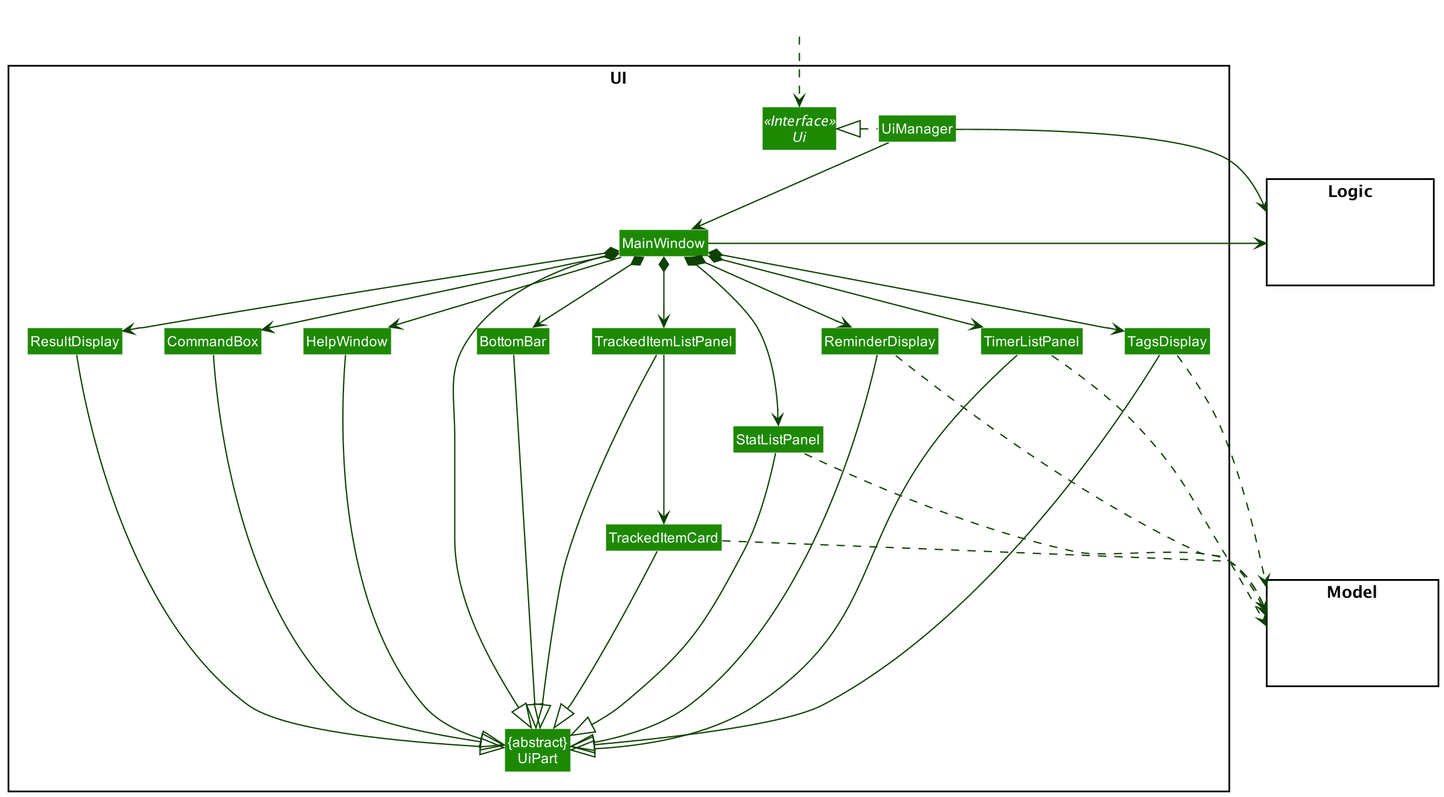
This is docs/images/UiClassDiagram.png from pr4aveen/tp, a PlantUML export, as it was before one commit.
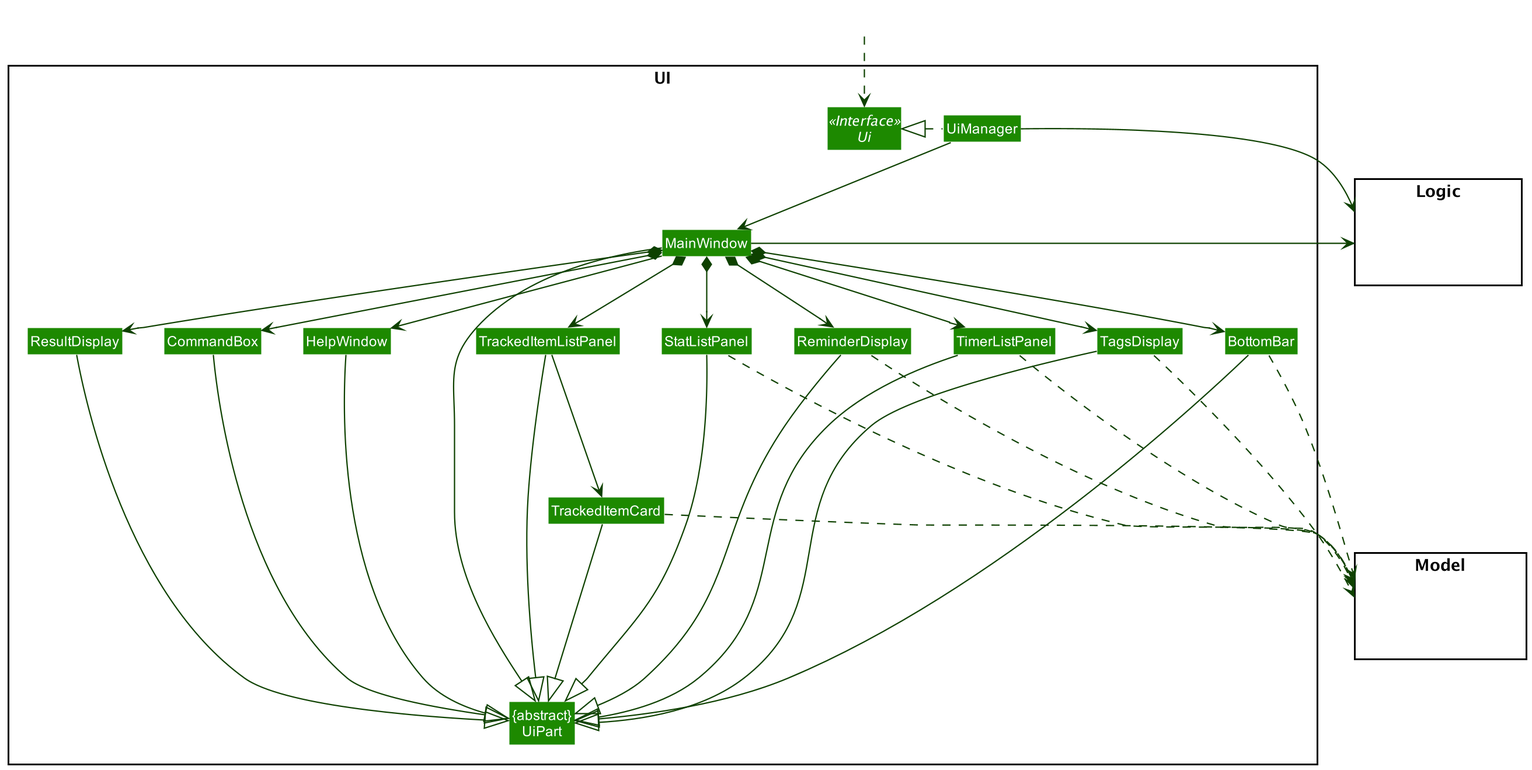
After the change.

What changed in the source:
```diff
@@ -56,9 +56,10 @@
 HelpWindow -down-|> UiPart
 ReminderDisplay -----|> UiPart
 TimerListPanel -----|> UiPart
-StatListPanel ----|> UiPart
+StatListPanel -----|> UiPart
 TagsDisplay -----|> UiPart
 
+BottomBar ..> Model
 ReminderDisplay ..> Model
 TrackedItemCard ..> Model
 TagsDisplay ..> Model
```
